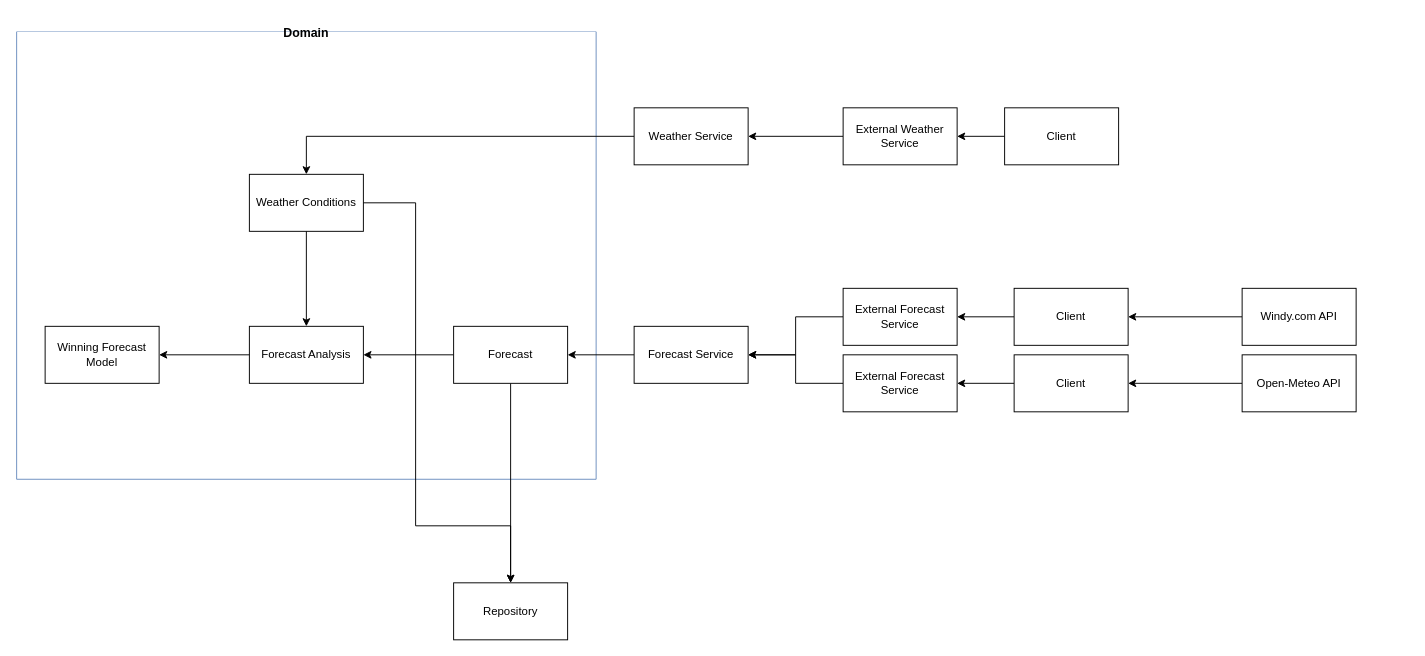
This is FF-architecture.drawio from julekb/find-forecast, a draw.io file, before an edit. Source tidied: cells renumbered, new cells numbered last; positions are measured from the earlier drawing's top-left corner, leaving out a move shared by most shapes. Both pictures are drawn from the tidied source at 95%, with x=0, y=0 at pixel (16, 31).
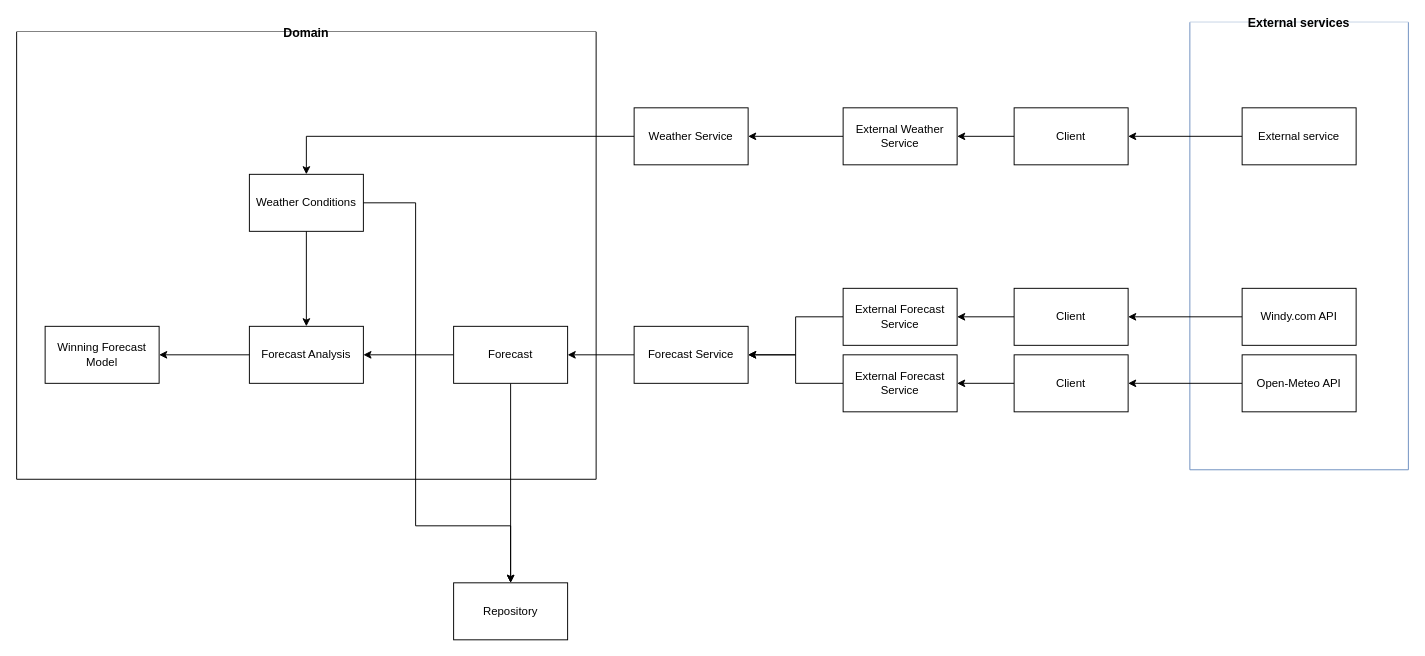
After the change.

The edit, as a diff of the source:
```diff
@@
-    <mxCell id="2" value="Domain" style="swimlane;startSize=0;swimlaneFillColor=default;glass=0;rounded=0;fontSize=13;fillColor=#dae8fc;strokeColor=#6c8ebf;fillStyle=auto;" parent="1" vertex="1">
+    <mxCell id="2" value="Domain" style="swimlane;startSize=0;swimlaneFillColor=default;glass=0;rounded=0;fontSize=13;fillStyle=solid;shadow=0;swimlaneLine=1;" parent="1" vertex="1">
       <mxGeometry width="610" height="471" as="geometry" />
     </mxCell>
@@
+    <mxCell id="33" value="External services" style="swimlane;startSize=0;swimlaneFillColor=default;glass=0;rounded=0;fontSize=13;fillColor=#dae8fc;strokeColor=#6c8ebf;fillStyle=auto;" parent="1" vertex="1">
+      <mxGeometry x="1235" y="-10" width="230" height="471" as="geometry" />
+    </mxCell>
@@
     <mxCell id="25" value="Client" style="rounded=0;whiteSpace=wrap;html=1;" parent="1" vertex="1">
-      <mxGeometry x="1040" y="80" width="120" height="60" as="geometry" />
+      <mxGeometry x="1050" y="80" width="120" height="60" as="geometry" />
     </mxCell>
@@
+    <mxCell id="34" style="edgeStyle=orthogonalEdgeStyle;rounded=0;jettySize=auto;html=1;entryX=1;entryY=0.5;entryDx=0;entryDy=0;" parent="1" edge="1" source="35" target="25">
+      <mxGeometry relative="1" as="geometry" />
+    </mxCell>
+    <mxCell id="35" value="External service" style="rounded=0;whiteSpace=wrap;html=1;" parent="1" vertex="1">
+      <mxGeometry x="1290" y="80" width="120" height="60" as="geometry" />
+    </mxCell>
```
